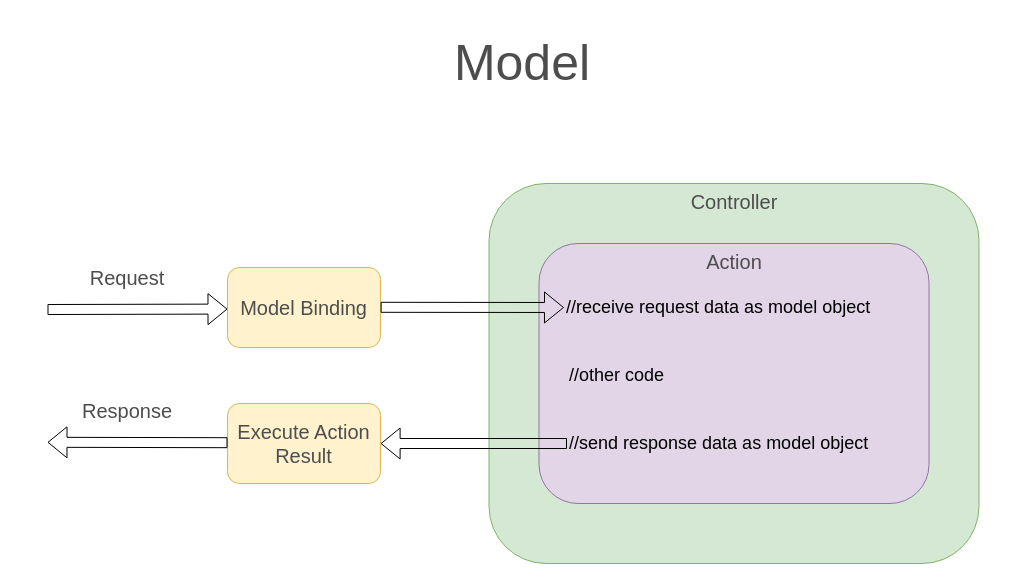
This is page "模型" (15 of 16) of charts/ASP.NET_Core_Ultimate_Guide.drawio from ankium/mindnotes, a draw.io file, before an edit. Source tidied: cells renumbered, new cells numbered last; positions are measured from the earlier drawing's top-left corner, leaving out a move shared by most shapes. Both pictures are drawn from the tidied source at 100%, with x=0, y=0 at pixel (47, 17).
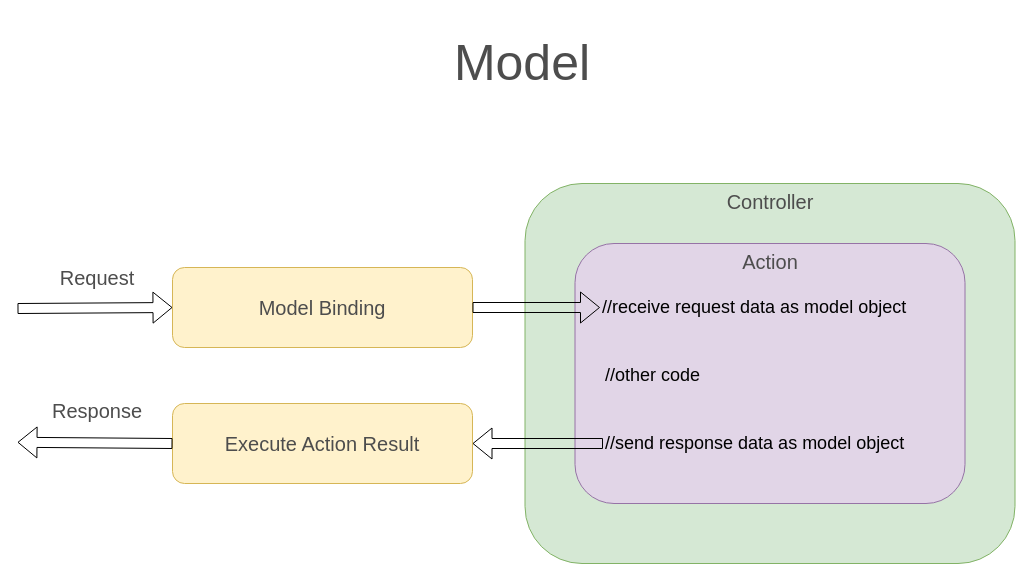
Above is the later version.

Change to the diagram source:
```diff
@@
 <mxGraphModel>
   <root>
     <mxCell id="0" />
     <mxCell id="1" parent="0" />
     <mxCell id="2" value="Model" style="text;html=1;whiteSpace=wrap;strokeColor=none;fillColor=none;align=center;verticalAlign=middle;rounded=0;fontSize=50;fontColor=#4D4D4D;" parent="1" vertex="1">
       <mxGeometry x="80" width="790" height="90" as="geometry" />
     </mxCell>
     <mxCell id="3" style="group;" parent="1" vertex="1">
       <mxGeometry y="166" width="931.5" height="380" as="geometry" />
     </mxCell>
     <mxCell id="4" value="Controller" style="rounded=1;whiteSpace=wrap;html=1;fillColor=#d5e8d4;strokeColor=#82b366;fontColor=#4D4D4D;verticalAlign=top;fontSize=20;" parent="3" vertex="1">
-      <mxGeometry x="441.5" width="490" height="380" as="geometry" />
+      <mxGeometry x="477.5" width="490" height="380" as="geometry" />
     </mxCell>
-    <mxCell id="5" style="edgeStyle=none;curved=1;rounded=0;orthogonalLoop=1;jettySize=auto;html=1;fontSize=12;shape=flexArrow;fontColor=#4D4D4D;" parent="3" edge="1">
+    <mxCell id="5" style="edgeStyle=none;curved=1;rounded=0;jettySize=auto;html=1;fontSize=12;shape=flexArrow;fontColor=#4D4D4D;entryX=0;entryY=0.5;entryDx=0;entryDy=0;" parent="3" edge="1" target="8">
       <mxGeometry relative="1" as="geometry">
-        <mxPoint y="126" as="sourcePoint" />
-        <mxPoint x="180" y="125.6" as="targetPoint" />
+        <mxPoint x="-30" y="125" as="sourcePoint" />
       </mxGeometry>
     </mxCell>
     <mxCell id="6" value="Request" style="text;html=1;whiteSpace=wrap;strokeColor=none;fillColor=none;align=center;verticalAlign=middle;rounded=0;fontSize=20;fontColor=#4D4D4D;" parent="3" vertex="1">
-      <mxGeometry y="74" width="160" height="40" as="geometry" />
+      <mxGeometry x="-30" y="74" width="160" height="40" as="geometry" />
     </mxCell>
     <mxCell id="7" value="Action" style="rounded=1;whiteSpace=wrap;html=1;fontSize=20;fillColor=#e1d5e7;strokeColor=#9673a6;fontColor=#4D4D4D;verticalAlign=top;" parent="3" vertex="1">
-      <mxGeometry x="491.5" y="60" width="390" height="260" as="geometry" />
+      <mxGeometry x="527.5" y="60" width="390" height="260" as="geometry" />
     </mxCell>
     <mxCell id="8" value="Model Binding" style="rounded=1;whiteSpace=wrap;html=1;fontSize=20;fillColor=#fff2cc;strokeColor=#d6b656;fontColor=#4D4D4D;" parent="3" vertex="1">
-      <mxGeometry x="180" y="84" width="153.1" height="80" as="geometry" />
+      <mxGeometry x="125" y="84" width="300" height="80" as="geometry" />
     </mxCell>
     <mxCell id="9" value="Execute Action Result" style="rounded=1;whiteSpace=wrap;html=1;fontSize=20;fillColor=#fff2cc;strokeColor=#d6b656;fontColor=#4D4D4D;" parent="3" vertex="1">
-      <mxGeometry x="180" y="220" width="153.1" height="80" as="geometry" />
+      <mxGeometry x="125" y="220" width="300" height="80" as="geometry" />
     </mxCell>
-    <mxCell id="10" style="edgeStyle=none;curved=1;rounded=0;orthogonalLoop=1;jettySize=auto;html=1;fontSize=12;shape=flexArrow;fontColor=#4D4D4D;" parent="3" edge="1">
+    <mxCell id="10" style="edgeStyle=none;curved=1;rounded=0;jettySize=auto;html=1;fontSize=12;shape=flexArrow;fontColor=#4D4D4D;exitX=0;exitY=0.5;exitDx=0;exitDy=0;" parent="3" edge="1" source="9">
       <mxGeometry relative="1" as="geometry">
-        <mxPoint x="180" y="259.2" as="sourcePoint" />
-        <mxPoint y="258.8" as="targetPoint" />
+        <mxPoint x="-30" y="258.8" as="targetPoint" />
       </mxGeometry>
     </mxCell>
     <mxCell id="11" value="Response" style="text;html=1;whiteSpace=wrap;strokeColor=none;fillColor=none;align=center;verticalAlign=middle;rounded=0;fontSize=20;fontColor=#4D4D4D;" parent="3" vertex="1">
-      <mxGeometry y="207.2" width="160" height="40" as="geometry" />
+      <mxGeometry x="-30" y="207.2" width="160" height="40" as="geometry" />
     </mxCell>
     <mxCell id="12" style="edgeStyle=none;curved=1;rounded=0;jettySize=auto;html=1;fontSize=12;shape=flexArrow;fontColor=#4D4D4D;entryX=1;entryY=0.5;entryDx=0;entryDy=0;exitX=0;exitY=0.5;exitDx=0;exitDy=0;" parent="3" edge="1" source="16" target="9">
       <mxGeometry relative="1" as="geometry" />
     </mxCell>
-    <mxCell id="13" style="edgeStyle=none;curved=1;rounded=0;jettySize=auto;html=1;fontSize=12;shape=flexArrow;fontColor=#4D4D4D;entryX=0;entryY=0.5;entryDx=0;entryDy=0;" parent="3" edge="1" target="14">
-      <mxGeometry relative="1" as="geometry">
-        <mxPoint x="333.1" y="123.8" as="sourcePoint" />
-      </mxGeometry>
+    <mxCell id="13" style="edgeStyle=none;curved=1;rounded=0;jettySize=auto;html=1;fontSize=12;shape=flexArrow;fontColor=#4D4D4D;entryX=0;entryY=0.5;entryDx=0;entryDy=0;exitX=1;exitY=0.5;exitDx=0;exitDy=0;" parent="3" edge="1" source="8" target="14">
+      <mxGeometry relative="1" as="geometry" />
     </mxCell>
     <mxCell id="14" value="//receive request data as model object" style="text;html=1;whiteSpace=wrap;strokeColor=none;fillColor=none;align=left;verticalAlign=middle;rounded=0;fontSize=18;" parent="3" vertex="1">
-      <mxGeometry x="516.5" y="109" width="330" height="30" as="geometry" />
+      <mxGeometry x="552.5" y="109" width="330" height="30" as="geometry" />
     </mxCell>
     <mxCell id="15" value="//other code" style="text;html=1;whiteSpace=wrap;strokeColor=none;fillColor=none;align=left;verticalAlign=middle;rounded=0;fontSize=18;" parent="3" vertex="1">
-      <mxGeometry x="519.5" y="177.2" width="270" height="30" as="geometry" />
+      <mxGeometry x="555.5" y="177.2" width="270" height="30" as="geometry" />
     </mxCell>
     <mxCell id="16" value="//send response data as model object" style="text;html=1;whiteSpace=wrap;strokeColor=none;fillColor=none;align=left;verticalAlign=middle;rounded=0;fontSize=18;" parent="3" vertex="1">
-      <mxGeometry x="519.5" y="245" width="307" height="30" as="geometry" />
+      <mxGeometry x="555.5" y="245" width="307" height="30" as="geometry" />
     </mxCell>
   </root>
 </mxGraphModel>
```
